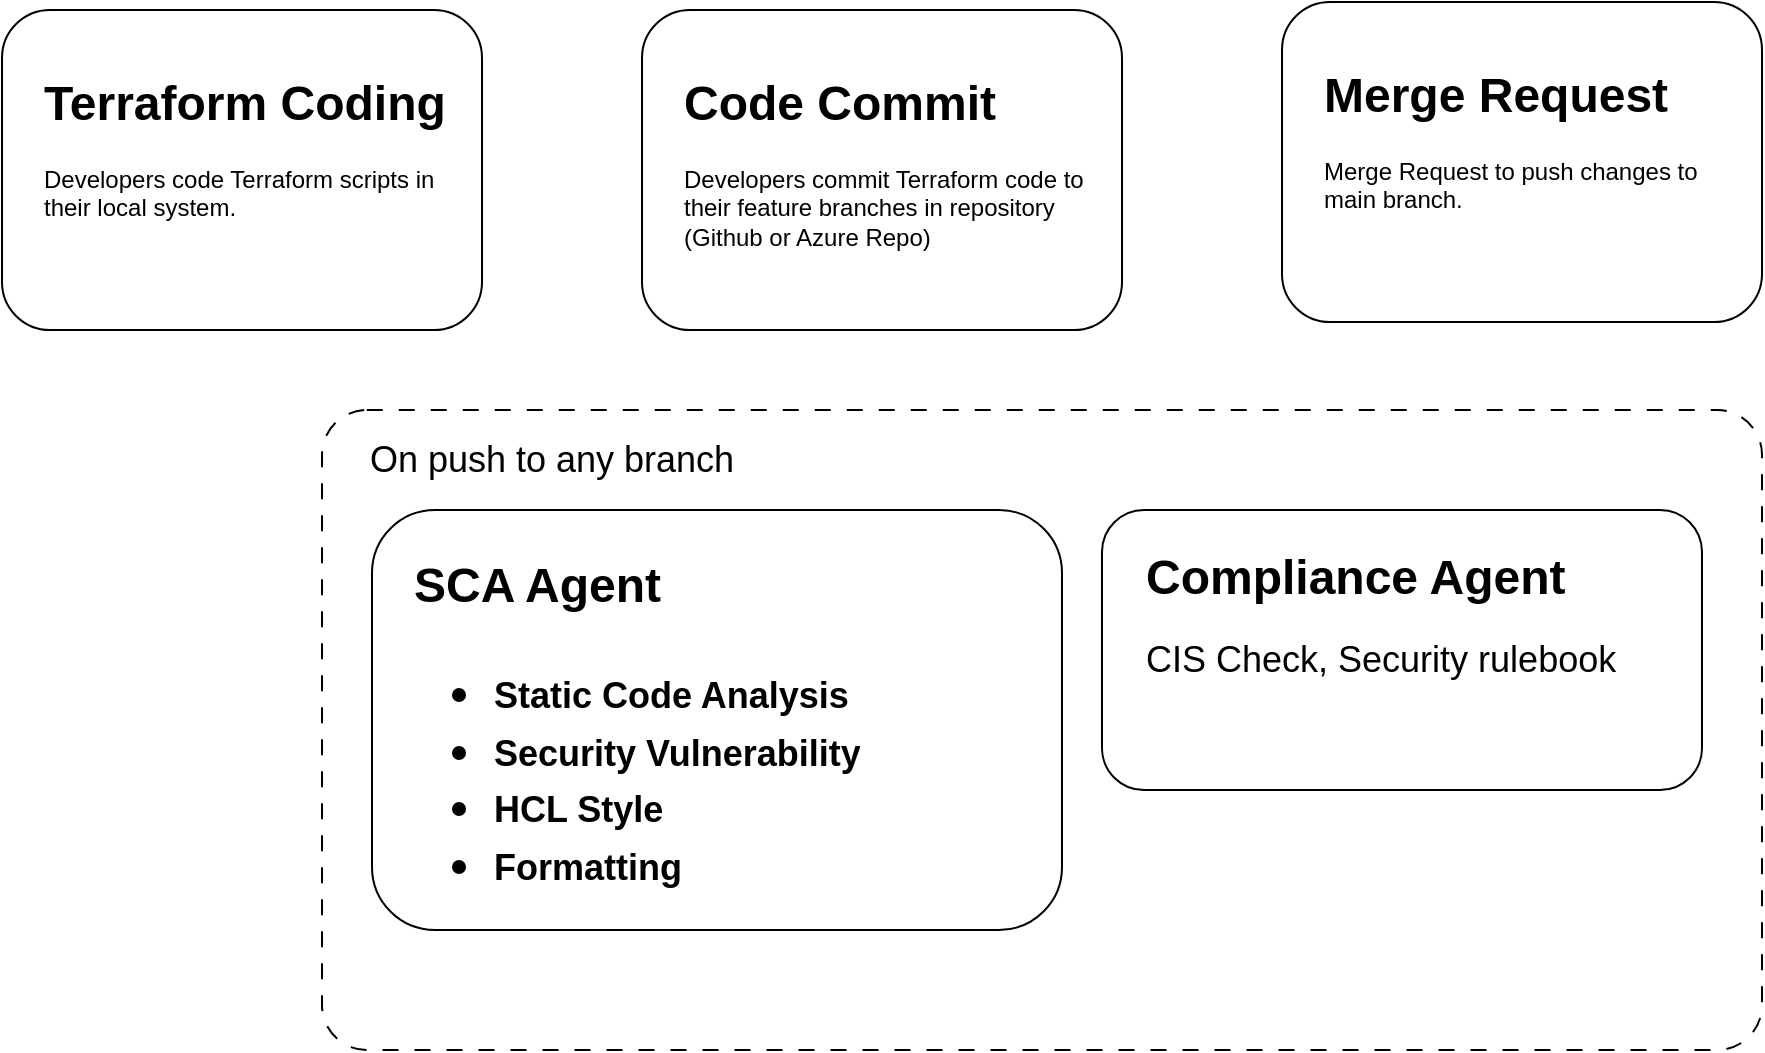
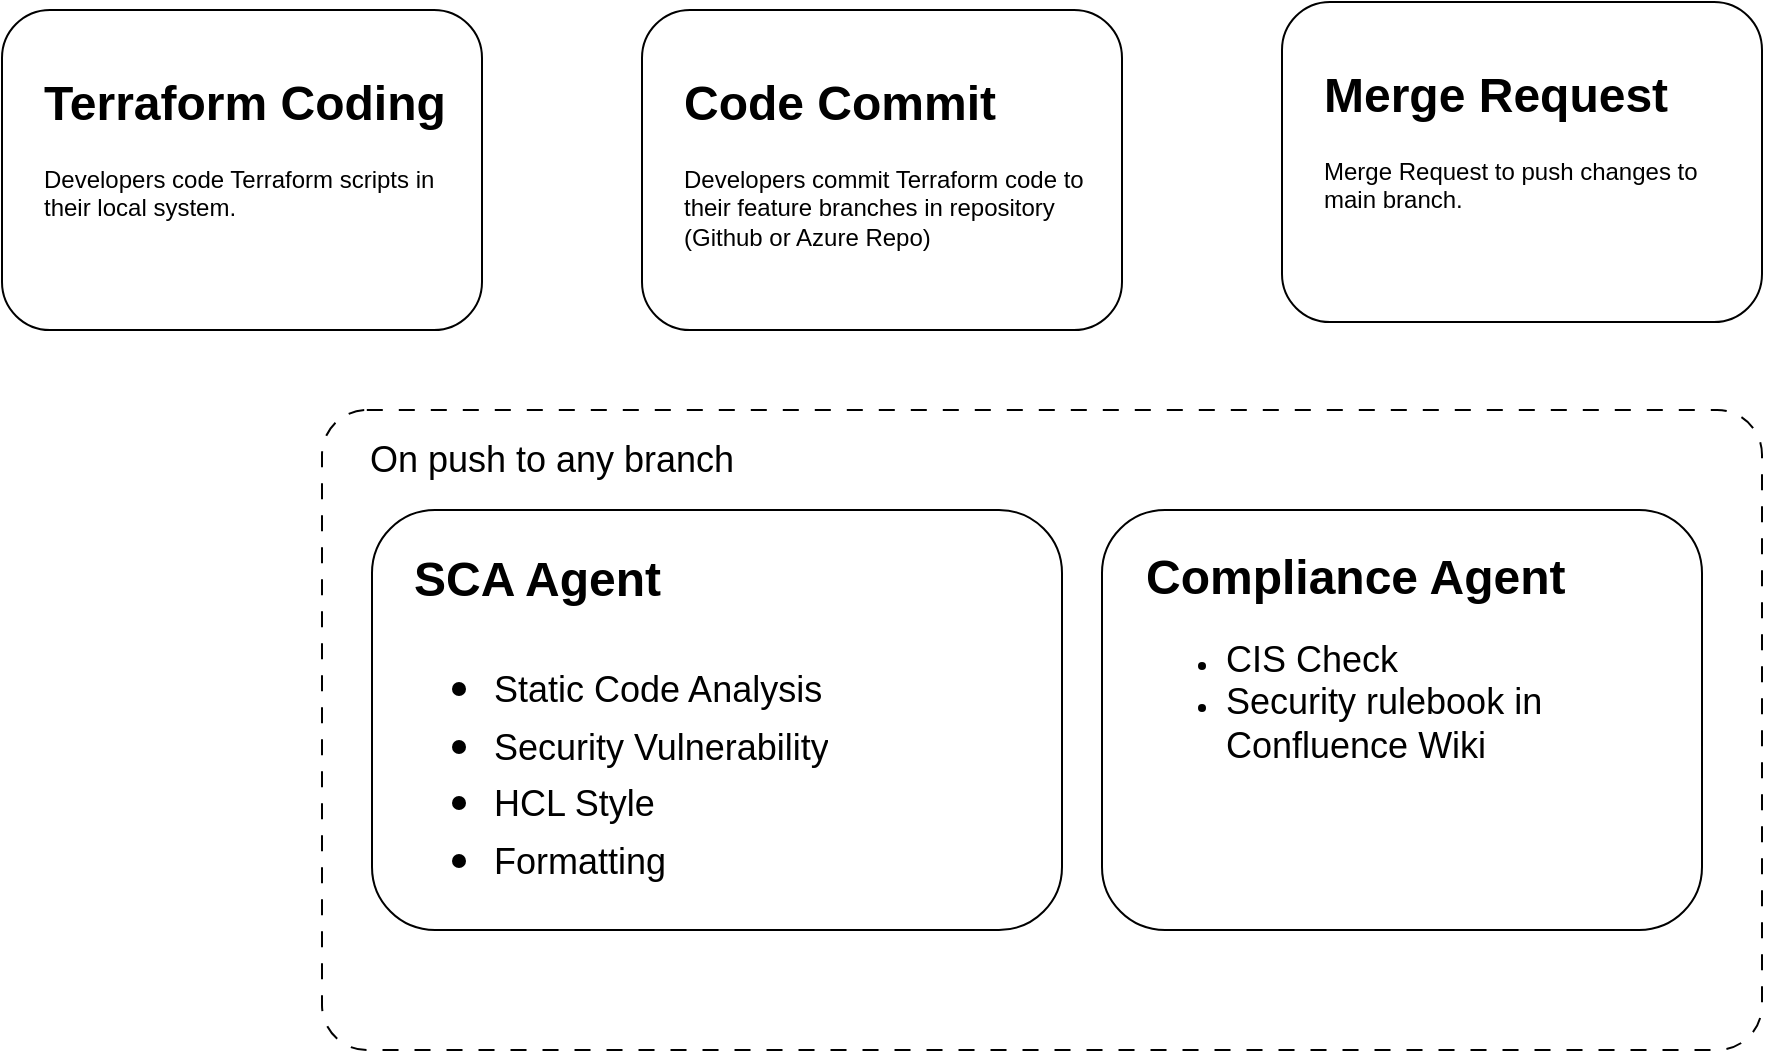
<mxfile host="app.diagrams.net">
  <diagram name="Page-1" id="llQ14HlxIDWXj9B5HY60">
    <mxGraphModel dx="1006" dy="638" grid="1" gridSize="10" guides="1" tooltips="1" connect="1" arrows="1" fold="1" page="1" pageScale="1" pageWidth="850" pageHeight="1100" math="0" shadow="0">
      <root>
        <mxCell id="0" />
        <mxCell id="1" parent="0" />
        <mxCell id="oJW8UGhNAXkty13G2p3x-1" parent="1" style="rounded=1;whiteSpace=wrap;html=1;" value="" vertex="1">
          <mxGeometry height="160" width="240" x="440" y="200" as="geometry" />
        </mxCell>
        <mxCell id="oJW8UGhNAXkty13G2p3x-3" parent="1" style="text;html=1;whiteSpace=wrap;overflow=hidden;rounded=0;" value="&lt;h1 style=&quot;margin-top: 0px;&quot;&gt;Code Commit&lt;/h1&gt;&lt;p&gt;Developers commit Terraform code to their feature branches in repository (Github or Azure Repo)&lt;/p&gt;" vertex="1">
          <mxGeometry height="100" width="210" x="459" y="226" as="geometry" />
        </mxCell>
        <mxCell id="IWc9zJM8tDhvkjJ2dRjy-1" parent="1" style="rounded=1;whiteSpace=wrap;html=1;" value="" vertex="1">
          <mxGeometry height="160" width="240" x="760" y="196" as="geometry" />
        </mxCell>
        <mxCell id="IWc9zJM8tDhvkjJ2dRjy-2" parent="1" style="text;html=1;whiteSpace=wrap;overflow=hidden;rounded=0;" value="&lt;h1 style=&quot;margin-top: 0px;&quot;&gt;Merge Request&lt;/h1&gt;&lt;p&gt;Merge Request to push changes to main branch.&lt;/p&gt;" vertex="1">
          <mxGeometry height="100" width="210" x="779" y="222" as="geometry" />
        </mxCell>
        <mxCell id="IWc9zJM8tDhvkjJ2dRjy-3" parent="1" style="rounded=1;whiteSpace=wrap;html=1;" value="" vertex="1">
          <mxGeometry height="160" width="240" x="120" y="200" as="geometry" />
        </mxCell>
        <mxCell id="IWc9zJM8tDhvkjJ2dRjy-4" parent="1" style="text;html=1;whiteSpace=wrap;overflow=hidden;rounded=0;" value="&lt;h1 style=&quot;margin-top: 0px;&quot;&gt;Terraform Coding&lt;/h1&gt;&lt;p&gt;Developers code Terraform scripts in their local system.&lt;/p&gt;" vertex="1">
          <mxGeometry height="100" width="210" x="139" y="226" as="geometry" />
        </mxCell>
        <mxCell id="IWc9zJM8tDhvkjJ2dRjy-5" parent="1" style="rounded=1;whiteSpace=wrap;html=1;arcSize=7;dashed=1;dashPattern=8 8;" value="" vertex="1">
          <mxGeometry height="320" width="720" x="280" y="400" as="geometry" />
        </mxCell>
        <mxCell id="IWc9zJM8tDhvkjJ2dRjy-6" parent="1" style="text;html=1;whiteSpace=wrap;strokeColor=none;fillColor=none;align=center;verticalAlign=middle;rounded=0;" value="&lt;font style=&quot;font-size: 18px;&quot;&gt;On push to any branch&lt;/font&gt;" vertex="1">
          <mxGeometry height="30" width="210" x="290" y="410" as="geometry" />
        </mxCell>
        <mxCell id="IWc9zJM8tDhvkjJ2dRjy-7" parent="1" style="rounded=1;whiteSpace=wrap;html=1;" value="" vertex="1">
          <mxGeometry height="210" width="345" x="305" y="450" as="geometry" />
        </mxCell>
-         <mxCell id="IWc9zJM8tDhvkjJ2dRjy-8" parent="1" style="text;html=1;whiteSpace=wrap;overflow=hidden;rounded=0;" value="&lt;h1 style=&quot;margin-top: 0px;&quot;&gt;SCA Agent&lt;/h1&gt;&lt;h1 style=&quot;margin-top: 0px;&quot;&gt;&lt;p style=&quot;font-size: 12px; font-weight: 400;&quot;&gt;&lt;/p&gt;&lt;ul&gt;&lt;li&gt;&lt;span style=&quot;font-size: 18px;&quot;&gt;Static Code Analysis&lt;/span&gt;&lt;/li&gt;&lt;li&gt;&lt;span style=&quot;font-size: 18px;&quot;&gt;Security Vulnerability&lt;/span&gt;&lt;/li&gt;&lt;li&gt;&lt;span style=&quot;font-size: 18px;&quot;&gt;HCL Style&lt;/span&gt;&lt;/li&gt;&lt;li&gt;&lt;span style=&quot;font-size: 18px;&quot;&gt;Formatting&lt;/span&gt;&lt;/li&gt;&lt;/ul&gt;&lt;p&gt;&lt;/p&gt;&lt;/h1&gt;" vertex="1">
-           <mxGeometry height="183" width="306" x="324" y="467" as="geometry" />
+         <mxCell id="IWc9zJM8tDhvkjJ2dRjy-8" parent="1" style="text;html=1;whiteSpace=wrap;overflow=hidden;rounded=0;" value="&lt;h1 style=&quot;margin-top: 0px;&quot;&gt;SCA Agent&lt;/h1&gt;&lt;h1 style=&quot;margin-top: 0px;&quot;&gt;&lt;p style=&quot;font-size: 12px; font-weight: 400;&quot;&gt;&lt;/p&gt;&lt;ul&gt;&lt;li&gt;&lt;span style=&quot;font-size: 18px; font-weight: normal;&quot;&gt;Static Code Analysis&lt;/span&gt;&lt;/li&gt;&lt;li&gt;&lt;span style=&quot;font-size: 18px; font-weight: normal;&quot;&gt;Security Vulnerability&lt;/span&gt;&lt;/li&gt;&lt;li&gt;&lt;span style=&quot;font-size: 18px; font-weight: normal;&quot;&gt;HCL Style&lt;/span&gt;&lt;/li&gt;&lt;li&gt;&lt;span style=&quot;font-size: 18px; font-weight: normal;&quot;&gt;Formatting&lt;/span&gt;&lt;/li&gt;&lt;/ul&gt;&lt;p&gt;&lt;/p&gt;&lt;/h1&gt;" vertex="1">
+           <mxGeometry height="183" width="306" x="324" y="464" as="geometry" />
        </mxCell>
        <mxCell id="IWc9zJM8tDhvkjJ2dRjy-9" parent="1" style="rounded=1;whiteSpace=wrap;html=1;" value="" vertex="1">
-           <mxGeometry height="140" width="300" x="670" y="450" as="geometry" />
+           <mxGeometry height="210" width="300" x="670" y="450" as="geometry" />
        </mxCell>
-         <mxCell id="IWc9zJM8tDhvkjJ2dRjy-10" parent="1" style="text;html=1;whiteSpace=wrap;overflow=hidden;rounded=0;" value="&lt;h1 style=&quot;margin-top: 0px;&quot;&gt;Compliance Agent&lt;/h1&gt;&lt;p&gt;&lt;span style=&quot;font-size: 18px;&quot;&gt;CIS Check, Security rulebook&lt;/span&gt;&lt;/p&gt;" vertex="1">
-           <mxGeometry height="99" width="269" x="690" y="463" as="geometry" />
+         <mxCell id="IWc9zJM8tDhvkjJ2dRjy-10" parent="1" style="text;html=1;whiteSpace=wrap;overflow=hidden;rounded=0;" value="&lt;h1 style=&quot;margin-top: 0px;&quot;&gt;Compliance Agent&lt;/h1&gt;&lt;p&gt;&lt;/p&gt;&lt;ul&gt;&lt;li&gt;&lt;span style=&quot;font-size: 18px;&quot;&gt;CIS Check&lt;/span&gt;&lt;/li&gt;&lt;li&gt;&lt;span style=&quot;font-size: 18px;&quot;&gt;Security rulebook in Confluence Wiki&lt;/span&gt;&lt;/li&gt;&lt;/ul&gt;&lt;p&gt;&lt;/p&gt;" vertex="1">
+           <mxGeometry height="127" width="269" x="690" y="463" as="geometry" />
        </mxCell>
      </root>
    </mxGraphModel>
  </diagram>
</mxfile>
